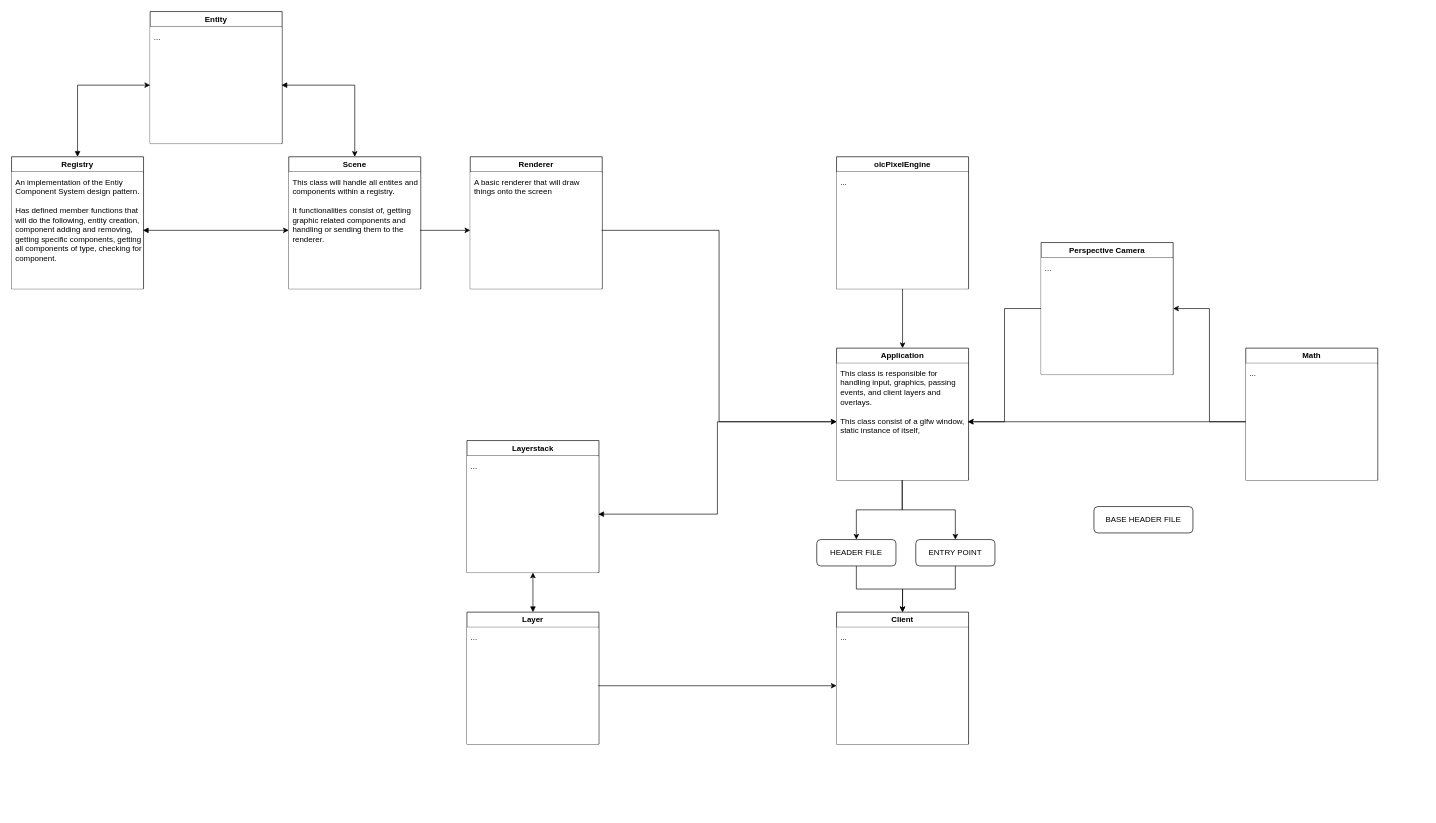
ben26r/CupCGE keeps this draw.io diagram as CupEngine_Diagram.drawio. Above is the earlier version. Source tidied: cells renumbered, new cells numbered last; positions are measured from the earlier drawing's top-left corner, leaving out a move shared by most shapes. Both pictures are drawn from the tidied source at 66%, with x=0, y=0 at pixel (11, 11).
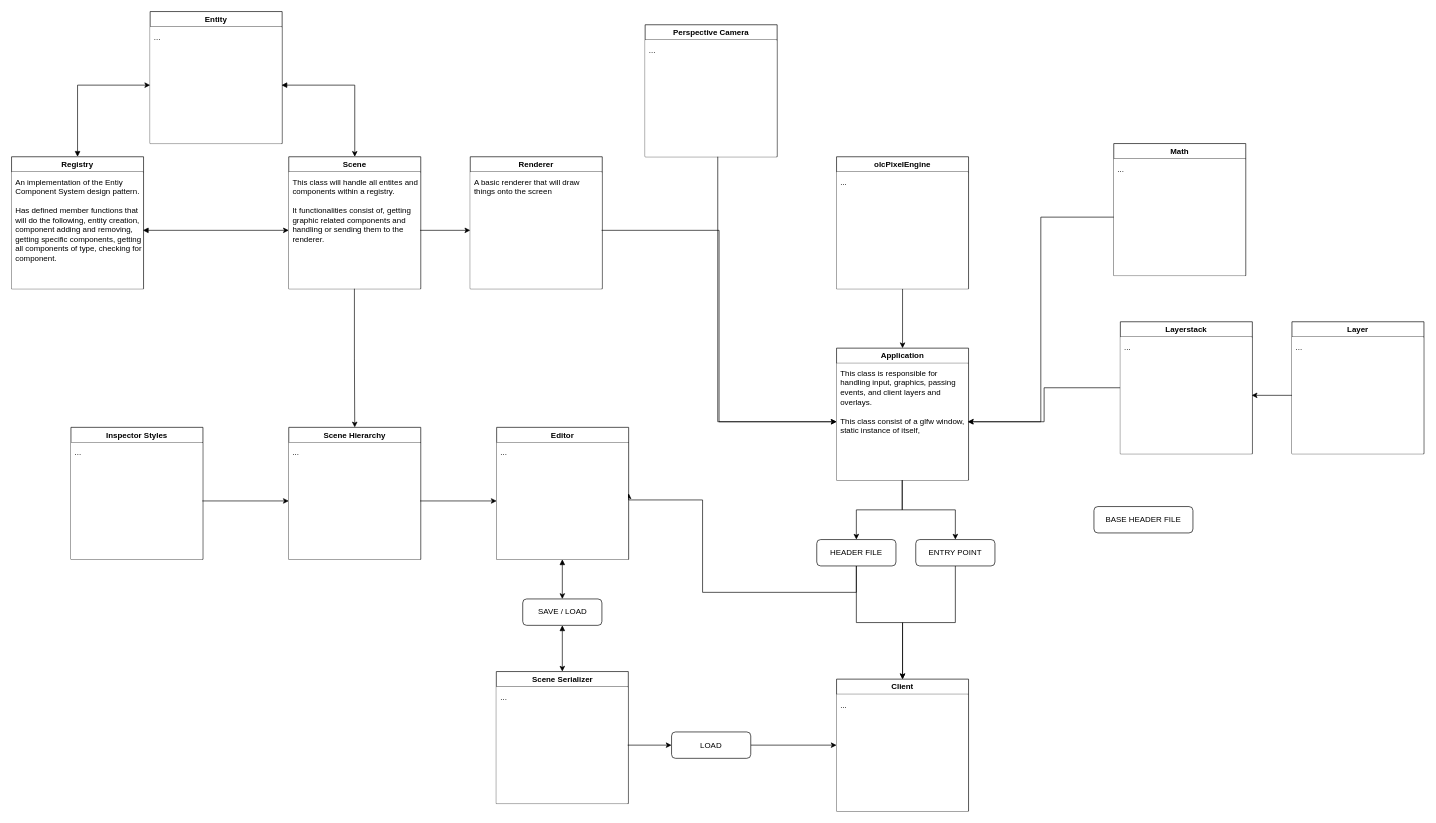
The same diagram, later.

The change refers to these unchanged cells:
```xml
<mxCell id="3" value="This class is responsible for handling input, graphics, passing events, and client layers and overlays.&lt;div&gt;&lt;br&gt;&lt;/div&gt;&lt;div&gt;This class consist of a glfw window, static instance of itself,&lt;/div&gt;" style="text;html=1;align=left;verticalAlign=top;whiteSpace=wrap;rounded=0;spacingTop=2;spacingLeft=4;fillColor=default;" parent="2" vertex="1">
  <mxGeometry y="23" width="199" height="177" as="geometry" />
</mxCell>
<mxCell id="5" value="This class will handle all entites and components within a registry.&lt;div&gt;&lt;br&gt;&lt;/div&gt;&lt;div&gt;It functionalities consist of, getting graphic related components and handling or sending them to the renderer.&lt;/div&gt;" style="text;html=1;align=left;verticalAlign=top;whiteSpace=wrap;rounded=0;spacingTop=2;spacingLeft=4;fillColor=default;" parent="4" vertex="1">
  <mxGeometry y="23" width="199" height="177" as="geometry" />
</mxCell>
<mxCell id="21" value="..." style="text;html=1;align=left;verticalAlign=top;whiteSpace=wrap;rounded=0;spacingTop=2;spacingLeft=4;fillColor=default;" parent="20" vertex="1">
  <mxGeometry y="23" width="199" height="177" as="geometry" />
</mxCell>
<mxCell id="23" value="HEADER FILE" style="rounded=1;whiteSpace=wrap;html=1;" parent="1" vertex="1">
  <mxGeometry x="1220" y="800" width="120" height="40" as="geometry" />
</mxCell>
<mxCell id="29" value="..." style="text;html=1;align=left;verticalAlign=top;whiteSpace=wrap;rounded=0;spacingTop=2;spacingLeft=4;fillColor=default;" parent="28" vertex="1">
  <mxGeometry y="23" width="199" height="177" as="geometry" />
</mxCell>
<mxCell id="33" value="..." style="text;html=1;align=left;verticalAlign=top;whiteSpace=wrap;rounded=0;spacingTop=2;spacingLeft=4;fillColor=default;" parent="32" vertex="1">
  <mxGeometry y="23" width="199" height="177" as="geometry" />
</mxCell>
<mxCell id="38" value="..." style="text;html=1;align=left;verticalAlign=top;whiteSpace=wrap;rounded=0;spacingTop=2;spacingLeft=4;fillColor=default;" parent="37" vertex="1">
  <mxGeometry y="23" width="199" height="177" as="geometry" />
</mxCell>
<mxCell id="40" value="..." style="text;html=1;align=left;verticalAlign=top;whiteSpace=wrap;rounded=0;spacingTop=2;spacingLeft=4;fillColor=default;" parent="39" vertex="1">
  <mxGeometry y="23" width="199" height="177" as="geometry" />
</mxCell>
```

Change to the diagram source:
```diff
@@
     <mxCell id="20" value="Client" style="swimlane;whiteSpace=wrap;html=1;" parent="1" vertex="1">
-      <mxGeometry x="1250" y="910" width="200" height="200" as="geometry" />
+      <mxGeometry x="1250" y="1011.5" width="200" height="200" as="geometry" />
     </mxCell>
@@
+    <mxCell id="43" style="edgeStyle=orthogonalEdgeStyle;rounded=0;jettySize=auto;html=1;entryX=1;entryY=0.5;entryDx=0;entryDy=0;" parent="1" edge="1" source="23" target="45">
+      <mxGeometry relative="1" as="geometry">
+        <Array as="points">
+          <mxPoint x="1280" y="880" />
+          <mxPoint x="1047" y="880" />
+          <mxPoint x="1047" y="740" />
+        </Array>
+      </mxGeometry>
+    </mxCell>
@@
     <mxCell id="28" value="Math" style="swimlane;whiteSpace=wrap;html=1;" parent="1" vertex="1">
-      <mxGeometry x="1870" y="510" width="200" height="200" as="geometry" />
+      <mxGeometry x="1670" y="200" width="200" height="200" as="geometry" />
     </mxCell>
@@
-    <mxCell id="31" style="edgeStyle=orthogonalEdgeStyle;rounded=0;jettySize=auto;html=1;entryX=1;entryY=0.5;entryDx=0;entryDy=0;" parent="1" edge="1" source="32" target="3">
-      <mxGeometry relative="1" as="geometry" />
-    </mxCell>
     <mxCell id="32" value="Perspective Camera" style="swimlane;whiteSpace=wrap;html=1;" parent="1" vertex="1">
-      <mxGeometry x="1560" y="350" width="200" height="200" as="geometry" />
+      <mxGeometry x="960" y="20" width="200" height="200" as="geometry" />
     </mxCell>
@@
-    <mxCell id="34" style="edgeStyle=orthogonalEdgeStyle;rounded=0;jettySize=auto;html=1;entryX=1;entryY=0.5;entryDx=0;entryDy=0;" parent="1" edge="1" source="29" target="32">
-      <mxGeometry relative="1" as="geometry" />
-    </mxCell>
@@
-    <mxCell id="36" style="edgeStyle=orthogonalEdgeStyle;rounded=0;jettySize=auto;html=1;entryX=0.5;entryY=1;entryDx=0;entryDy=0;startArrow=block;startFill=1;" parent="1" edge="1" source="37" target="39">
-      <mxGeometry relative="1" as="geometry" />
-    </mxCell>
     <mxCell id="37" value="Layer" style="swimlane;whiteSpace=wrap;html=1;" parent="1" vertex="1">
-      <mxGeometry x="690" y="910" width="200" height="200" as="geometry" />
+      <mxGeometry x="1940" y="470" width="200" height="200" as="geometry" />
     </mxCell>
@@
+    <mxCell id="44" style="edgeStyle=orthogonalEdgeStyle;rounded=0;jettySize=auto;html=1;entryX=1;entryY=0.5;entryDx=0;entryDy=0;" parent="1" edge="1" source="39" target="3">
+      <mxGeometry relative="1" as="geometry" />
+    </mxCell>
     <mxCell id="39" value="Layerstack" style="swimlane;whiteSpace=wrap;html=1;" parent="1" vertex="1">
-      <mxGeometry x="690" y="650" width="200" height="200" as="geometry" />
+      <mxGeometry x="1680" y="470" width="200" height="200" as="geometry" />
     </mxCell>
@@
-    <mxCell id="41" style="edgeStyle=orthogonalEdgeStyle;rounded=0;jettySize=auto;html=1;entryX=0;entryY=0.5;entryDx=0;entryDy=0;startArrow=block;startFill=1;" parent="1" edge="1" source="40" target="3">
-      <mxGeometry relative="1" as="geometry" />
-    </mxCell>
-    <mxCell id="42" style="edgeStyle=orthogonalEdgeStyle;rounded=0;jettySize=auto;html=1;entryX=0;entryY=0.5;entryDx=0;entryDy=0;" parent="1" edge="1" source="38" target="21">
-      <mxGeometry relative="1" as="geometry" />
-    </mxCell>
+    <mxCell id="45" value="Editor" style="swimlane;whiteSpace=wrap;html=1;" parent="1" vertex="1">
+      <mxGeometry x="735" y="630" width="200" height="200" as="geometry" />
+    </mxCell>
+    <mxCell id="46" value="..." style="text;html=1;align=left;verticalAlign=top;whiteSpace=wrap;rounded=0;spacingTop=2;spacingLeft=4;fillColor=default;" parent="45" vertex="1">
+      <mxGeometry y="23" width="199" height="177" as="geometry" />
+    </mxCell>
+    <mxCell id="47" value="Scene Hierarchy" style="swimlane;whiteSpace=wrap;html=1;" parent="1" vertex="1">
+      <mxGeometry x="420" y="630" width="200" height="200" as="geometry" />
+    </mxCell>
+    <mxCell id="48" value="..." style="text;html=1;align=left;verticalAlign=top;whiteSpace=wrap;rounded=0;spacingTop=2;spacingLeft=4;fillColor=default;" parent="47" vertex="1">
+      <mxGeometry y="23" width="199" height="177" as="geometry" />
+    </mxCell>
+    <mxCell id="49" value="Inspector Styles" style="swimlane;whiteSpace=wrap;html=1;" parent="1" vertex="1">
+      <mxGeometry x="90" y="630" width="200" height="200" as="geometry" />
+    </mxCell>
+    <mxCell id="50" value="..." style="text;html=1;align=left;verticalAlign=top;whiteSpace=wrap;rounded=0;spacingTop=2;spacingLeft=4;fillColor=default;" parent="49" vertex="1">
+      <mxGeometry y="23" width="199" height="177" as="geometry" />
+    </mxCell>
+    <mxCell id="51" style="edgeStyle=orthogonalEdgeStyle;rounded=0;jettySize=auto;html=1;entryX=0;entryY=0.5;entryDx=0;entryDy=0;" parent="1" edge="1" source="50" target="48">
+      <mxGeometry relative="1" as="geometry" />
+    </mxCell>
+    <mxCell id="52" style="edgeStyle=orthogonalEdgeStyle;rounded=0;jettySize=auto;html=1;entryX=0;entryY=0.5;entryDx=0;entryDy=0;" parent="1" edge="1" source="48" target="46">
+      <mxGeometry relative="1" as="geometry" />
+    </mxCell>
+    <mxCell id="53" value="Scene Serializer" style="swimlane;whiteSpace=wrap;html=1;" parent="1" vertex="1">
+      <mxGeometry x="734.5" y="1000" width="200" height="200" as="geometry" />
+    </mxCell>
+    <mxCell id="54" value="..." style="text;html=1;align=left;verticalAlign=top;whiteSpace=wrap;rounded=0;spacingTop=2;spacingLeft=4;fillColor=default;" parent="53" vertex="1">
+      <mxGeometry y="23" width="199" height="177" as="geometry" />
+    </mxCell>
+    <mxCell id="55" style="edgeStyle=orthogonalEdgeStyle;rounded=0;jettySize=auto;html=1;entryX=0.5;entryY=0;entryDx=0;entryDy=0;startArrow=block;startFill=1;" parent="1" edge="1" source="56" target="53">
+      <mxGeometry relative="1" as="geometry" />
+    </mxCell>
+    <mxCell id="56" value="SAVE / LOAD" style="rounded=1;whiteSpace=wrap;html=1;" parent="1" vertex="1">
+      <mxGeometry x="774.5" y="890" width="120" height="40" as="geometry" />
+    </mxCell>
+    <mxCell id="57" style="edgeStyle=orthogonalEdgeStyle;rounded=0;jettySize=auto;html=1;entryX=0.5;entryY=0;entryDx=0;entryDy=0;startArrow=block;startFill=1;" parent="1" edge="1" source="46" target="56">
+      <mxGeometry relative="1" as="geometry" />
+    </mxCell>
+    <mxCell id="58" style="edgeStyle=orthogonalEdgeStyle;rounded=0;jettySize=auto;html=1;entryX=0;entryY=0.5;entryDx=0;entryDy=0;" parent="1" edge="1" source="59" target="20">
+      <mxGeometry relative="1" as="geometry" />
+    </mxCell>
+    <mxCell id="59" value="LOAD" style="rounded=1;whiteSpace=wrap;html=1;" parent="1" vertex="1">
+      <mxGeometry x="1000" y="1091.5" width="120" height="40" as="geometry" />
+    </mxCell>
+    <mxCell id="60" style="edgeStyle=orthogonalEdgeStyle;rounded=0;jettySize=auto;html=1;entryX=0;entryY=0.5;entryDx=0;entryDy=0;" parent="1" edge="1" source="54" target="59">
+      <mxGeometry relative="1" as="geometry" />
+    </mxCell>
+    <mxCell id="61" style="edgeStyle=orthogonalEdgeStyle;rounded=0;jettySize=auto;html=1;entryX=0;entryY=0.5;entryDx=0;entryDy=0;" parent="1" edge="1" source="33" target="3">
+      <mxGeometry relative="1" as="geometry">
+        <Array as="points">
+          <mxPoint x="1070" y="622" />
+        </Array>
+      </mxGeometry>
+    </mxCell>
+    <mxCell id="62" style="edgeStyle=orthogonalEdgeStyle;rounded=0;jettySize=auto;html=1;entryX=1;entryY=0.5;entryDx=0;entryDy=0;" parent="1" edge="1" source="38" target="40">
+      <mxGeometry relative="1" as="geometry" />
+    </mxCell>
+    <mxCell id="63" style="edgeStyle=orthogonalEdgeStyle;rounded=0;jettySize=auto;html=1;entryX=0.5;entryY=0;entryDx=0;entryDy=0;" parent="1" edge="1" source="5" target="47">
+      <mxGeometry relative="1" as="geometry" />
+    </mxCell>
```
